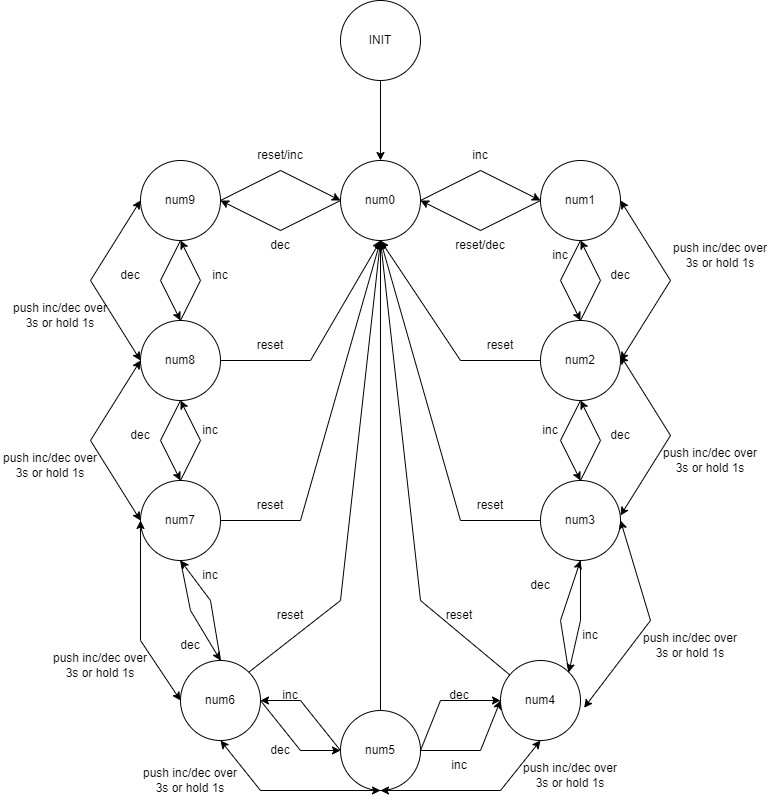
This is maytrangthai2.png from Tuanhao911/VXL_GK, a draw.io export, as it was before one commit. Source tidied: cells renumbered, new cells last; positions are measured from the earlier drawing's top-left corner, leaving out a move shared by most shapes.
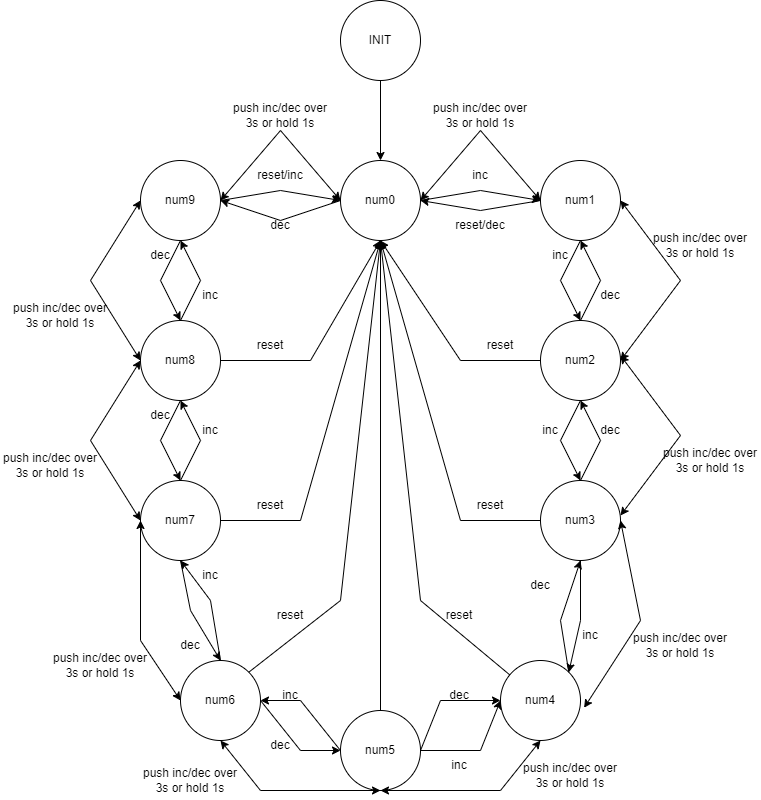
The same file after the commit.

What changed in the source:
```diff
@@ -38,26 +38,26 @@
     <mxCell id="13" style="endArrow=classic;html=1;rounded=0;exitX=1;exitY=0.5;exitDx=0;exitDy=0;entryX=0;entryY=0.5;entryDx=0;entryDy=0;" parent="1" edge="1" source="3" target="4">
       <mxGeometry relative="1" as="geometry">
         <Array as="points">
-          <mxPoint x="480" y="170" />
+          <mxPoint x="480" y="190" />
         </Array>
       </mxGeometry>
     </mxCell>
     <mxCell id="14" style="endArrow=classic;html=1;rounded=0;exitX=0;exitY=0.5;exitDx=0;exitDy=0;entryX=1;entryY=0.5;entryDx=0;entryDy=0;" parent="1" edge="1" source="4" target="3">
       <mxGeometry relative="1" as="geometry">
         <Array as="points">
-          <mxPoint x="480" y="230" />
+          <mxPoint x="480" y="210" />
         </Array>
       </mxGeometry>
     </mxCell>
     <mxCell id="15" value="reset/dec" style="text;html=1;strokeColor=none;fillColor=none;align=center;verticalAlign=middle;whiteSpace=wrap;rounded=0;" parent="1" vertex="1">
-      <mxGeometry x="450" y="230" width="60" height="30" as="geometry" />
+      <mxGeometry x="450" y="210" width="60" height="30" as="geometry" />
     </mxCell>
     <mxCell id="16" style="endArrow=classic;html=1;rounded=0;exitX=1;exitY=0.5;exitDx=0;exitDy=0;entryX=0;entryY=0.5;entryDx=0;entryDy=0;" parent="1" edge="1">
       <mxGeometry relative="1" as="geometry">
         <mxPoint x="220" y="200" as="sourcePoint" />
         <mxPoint x="340" y="200" as="targetPoint" />
         <Array as="points">
-          <mxPoint x="280" y="170" />
+          <mxPoint x="280" y="190" />
         </Array>
       </mxGeometry>
     </mxCell>
@@ -66,12 +66,12 @@
         <mxPoint x="340" y="200" as="sourcePoint" />
         <mxPoint x="220" y="200" as="targetPoint" />
         <Array as="points">
-          <mxPoint x="280" y="230" />
+          <mxPoint x="280" y="220" />
         </Array>
       </mxGeometry>
     </mxCell>
     <mxCell id="18" value="dec" style="text;html=1;strokeColor=none;fillColor=none;align=center;verticalAlign=middle;whiteSpace=wrap;rounded=0;" parent="1" vertex="1">
-      <mxGeometry x="250" y="230" width="60" height="30" as="geometry" />
+      <mxGeometry x="250" y="210" width="60" height="30" as="geometry" />
     </mxCell>
     <mxCell id="19" style="endArrow=classic;html=1;rounded=0;entryX=0;entryY=0.5;entryDx=0;entryDy=0;exitX=1;exitY=0.5;exitDx=0;exitDy=0;" parent="1" edge="1" source="44" target="9">
       <mxGeometry relative="1" as="geometry">
@@ -98,10 +98,10 @@
       </mxGeometry>
     </mxCell>
     <mxCell id="23" value="dec" style="text;html=1;strokeColor=none;fillColor=none;align=center;verticalAlign=middle;whiteSpace=wrap;rounded=0;" parent="1" vertex="1">
-      <mxGeometry x="100" y="260" width="60" height="30" as="geometry" />
+      <mxGeometry x="130" y="240" width="60" height="30" as="geometry" />
     </mxCell>
     <mxCell id="24" value="inc" style="text;html=1;strokeColor=none;fillColor=none;align=center;verticalAlign=middle;whiteSpace=wrap;rounded=0;" parent="1" vertex="1">
-      <mxGeometry x="190" y="260" width="60" height="30" as="geometry" />
+      <mxGeometry x="180" y="280" width="60" height="30" as="geometry" />
     </mxCell>
     <mxCell id="25" style="endArrow=classic;html=1;rounded=0;entryX=0.5;entryY=1;entryDx=0;entryDy=0;exitX=0.5;exitY=0;exitDx=0;exitDy=0;" parent="1" edge="1">
       <mxGeometry relative="1" as="geometry">
@@ -122,7 +122,7 @@
       </mxGeometry>
     </mxCell>
     <mxCell id="27" value="dec" style="text;html=1;strokeColor=none;fillColor=none;align=center;verticalAlign=middle;whiteSpace=wrap;rounded=0;" parent="1" vertex="1">
-      <mxGeometry x="110" y="420" width="60" height="30" as="geometry" />
+      <mxGeometry x="130" y="400" width="60" height="30" as="geometry" />
     </mxCell>
     <mxCell id="28" value="inc" style="text;html=1;strokeColor=none;fillColor=none;align=center;verticalAlign=middle;whiteSpace=wrap;rounded=0;" parent="1" vertex="1">
       <mxGeometry x="180" y="415" width="60" height="30" as="geometry" />
@@ -149,7 +149,7 @@
       <mxGeometry x="530" y="240" width="60" height="30" as="geometry" />
     </mxCell>
     <mxCell id="32" value="dec" style="text;html=1;strokeColor=none;fillColor=none;align=center;verticalAlign=middle;whiteSpace=wrap;rounded=0;" parent="1" vertex="1">
-      <mxGeometry x="590" y="260" width="60" height="30" as="geometry" />
+      <mxGeometry x="580" y="280" width="60" height="30" as="geometry" />
     </mxCell>
     <mxCell id="33" style="endArrow=classic;html=1;rounded=0;entryX=0.5;entryY=1;entryDx=0;entryDy=0;exitX=0.5;exitY=0;exitDx=0;exitDy=0;" parent="1" edge="1">
       <mxGeometry relative="1" as="geometry">
@@ -173,7 +173,7 @@
       <mxGeometry x="520" y="415" width="60" height="30" as="geometry" />
     </mxCell>
     <mxCell id="36" value="dec" style="text;html=1;strokeColor=none;fillColor=none;align=center;verticalAlign=middle;whiteSpace=wrap;rounded=0;" parent="1" vertex="1">
-      <mxGeometry x="590" y="420" width="60" height="30" as="geometry" />
+      <mxGeometry x="580" y="415" width="60" height="30" as="geometry" />
     </mxCell>
     <mxCell id="37" style="endArrow=classic;html=1;rounded=0;exitX=0.5;exitY=1;exitDx=0;exitDy=0;entryX=0.5;entryY=0;entryDx=0;entryDy=0;" parent="1" edge="1" source="8" target="6">
       <mxGeometry relative="1" as="geometry">
@@ -231,13 +231,13 @@
       </mxGeometry>
     </mxCell>
     <mxCell id="48" value="dec" style="text;html=1;strokeColor=none;fillColor=none;align=center;verticalAlign=middle;whiteSpace=wrap;rounded=0;" parent="1" vertex="1">
-      <mxGeometry x="250" y="735" width="60" height="30" as="geometry" />
+      <mxGeometry x="250" y="730" width="60" height="30" as="geometry" />
     </mxCell>
     <mxCell id="49" value="inc" style="text;html=1;strokeColor=none;fillColor=none;align=center;verticalAlign=middle;whiteSpace=wrap;rounded=0;" parent="1" vertex="1">
       <mxGeometry x="260" y="680" width="60" height="30" as="geometry" />
     </mxCell>
     <mxCell id="50" value="inc" style="text;html=1;strokeColor=none;fillColor=none;align=center;verticalAlign=middle;whiteSpace=wrap;rounded=0;" parent="1" vertex="1">
-      <mxGeometry x="450" y="140" width="60" height="30" as="geometry" />
+      <mxGeometry x="450" y="160" width="60" height="30" as="geometry" />
     </mxCell>
     <mxCell id="51" style="endArrow=classic;html=1;rounded=0;entryX=0.5;entryY=1;entryDx=0;entryDy=0;" parent="1" edge="1" target="8">
       <mxGeometry relative="1" as="geometry">
@@ -248,7 +248,7 @@
       </mxGeometry>
     </mxCell>
     <mxCell id="52" value="reset/inc" style="text;html=1;strokeColor=none;fillColor=none;align=center;verticalAlign=middle;whiteSpace=wrap;rounded=0;" parent="1" vertex="1">
-      <mxGeometry x="250" y="140" width="60" height="30" as="geometry" />
+      <mxGeometry x="250" y="160" width="60" height="30" as="geometry" />
     </mxCell>
     <mxCell id="53" style="endArrow=classic;html=1;rounded=0;exitX=0.5;exitY=0;exitDx=0;exitDy=0;entryX=0.5;entryY=1;entryDx=0;entryDy=0;" parent="1" edge="1" source="44" target="3">
       <mxGeometry relative="1" as="geometry" />
@@ -328,7 +328,7 @@
     <mxCell id="67" style="endArrow=classic;startArrow=classic;html=1;rounded=0;entryX=1;entryY=0.5;entryDx=0;entryDy=0;exitX=1;exitY=0.5;exitDx=0;exitDy=0;" parent="1" edge="1" source="7" target="4">
       <mxGeometry relative="1" as="geometry">
         <Array as="points">
-          <mxPoint x="670" y="280" />
+          <mxPoint x="680" y="280" />
         </Array>
       </mxGeometry>
     </mxCell>
@@ -337,7 +337,7 @@
         <mxPoint x="620" y="515" as="sourcePoint" />
         <mxPoint x="620" y="355" as="targetPoint" />
         <Array as="points">
-          <mxPoint x="670" y="435" />
+          <mxPoint x="680" y="435" />
         </Array>
       </mxGeometry>
     </mxCell>
@@ -345,7 +345,7 @@
       <mxGeometry relative="1" as="geometry">
         <mxPoint x="620" y="520" as="targetPoint" />
         <Array as="points">
-          <mxPoint x="650" y="620" />
+          <mxPoint x="640" y="620" />
         </Array>
       </mxGeometry>
     </mxCell>
@@ -388,13 +388,13 @@
       </mxGeometry>
     </mxCell>
     <mxCell id="75" value="push inc/dec over 3s or hold 1s" style="text;html=1;strokeColor=none;fillColor=none;align=center;verticalAlign=middle;whiteSpace=wrap;rounded=0;" parent="1" vertex="1">
-      <mxGeometry x="670" y="240" width="100" height="30" as="geometry" />
+      <mxGeometry x="650" y="230" width="100" height="30" as="geometry" />
     </mxCell>
     <mxCell id="76" value="push inc/dec over 3s or hold 1s" style="text;html=1;strokeColor=none;fillColor=none;align=center;verticalAlign=middle;whiteSpace=wrap;rounded=0;" parent="1" vertex="1">
       <mxGeometry x="660" y="445" width="100" height="30" as="geometry" />
     </mxCell>
     <mxCell id="77" value="push inc/dec over 3s or hold 1s" style="text;html=1;strokeColor=none;fillColor=none;align=center;verticalAlign=middle;whiteSpace=wrap;rounded=0;" parent="1" vertex="1">
-      <mxGeometry x="640" y="630" width="100" height="30" as="geometry" />
+      <mxGeometry x="630" y="630" width="100" height="30" as="geometry" />
     </mxCell>
     <mxCell id="78" value="push inc/dec over 3s or hold 1s" style="text;html=1;strokeColor=none;fillColor=none;align=center;verticalAlign=middle;whiteSpace=wrap;rounded=0;" parent="1" vertex="1">
       <mxGeometry x="520" y="760" width="100" height="30" as="geometry" />
@@ -411,5 +411,27 @@
     <mxCell id="82" value="push inc/dec over 3s or hold 1s" style="text;html=1;strokeColor=none;fillColor=none;align=center;verticalAlign=middle;whiteSpace=wrap;rounded=0;" parent="1" vertex="1">
       <mxGeometry x="10" y="300" width="100" height="30" as="geometry" />
     </mxCell>
+    <mxCell id="83" style="endArrow=classic;startArrow=classic;html=1;rounded=0;entryX=1;entryY=0.5;entryDx=0;entryDy=0;exitX=0;exitY=0.5;exitDx=0;exitDy=0;" parent="1" edge="1" source="4" target="3">
+      <mxGeometry relative="1" as="geometry">
+        <Array as="points">
+          <mxPoint x="480" y="130" />
+        </Array>
+      </mxGeometry>
+    </mxCell>
+    <mxCell id="84" style="endArrow=classic;startArrow=classic;html=1;rounded=0;entryX=1;entryY=0.5;entryDx=0;entryDy=0;exitX=0;exitY=0.5;exitDx=0;exitDy=0;" parent="1" edge="1">
+      <mxGeometry relative="1" as="geometry">
+        <mxPoint x="340" y="200" as="sourcePoint" />
+        <mxPoint x="220" y="200" as="targetPoint" />
+        <Array as="points">
+          <mxPoint x="280" y="130" />
+        </Array>
+      </mxGeometry>
+    </mxCell>
+    <mxCell id="85" value="push inc/dec over 3s or hold 1s" style="text;html=1;strokeColor=none;fillColor=none;align=center;verticalAlign=middle;whiteSpace=wrap;rounded=0;" parent="1" vertex="1">
+      <mxGeometry x="430" y="100" width="100" height="30" as="geometry" />
+    </mxCell>
+    <mxCell id="86" value="push inc/dec over 3s or hold 1s" style="text;html=1;strokeColor=none;fillColor=none;align=center;verticalAlign=middle;whiteSpace=wrap;rounded=0;" parent="1" vertex="1">
+      <mxGeometry x="230" y="100" width="100" height="30" as="geometry" />
+    </mxCell>
   </root>
 </mxGraphModel>
```
